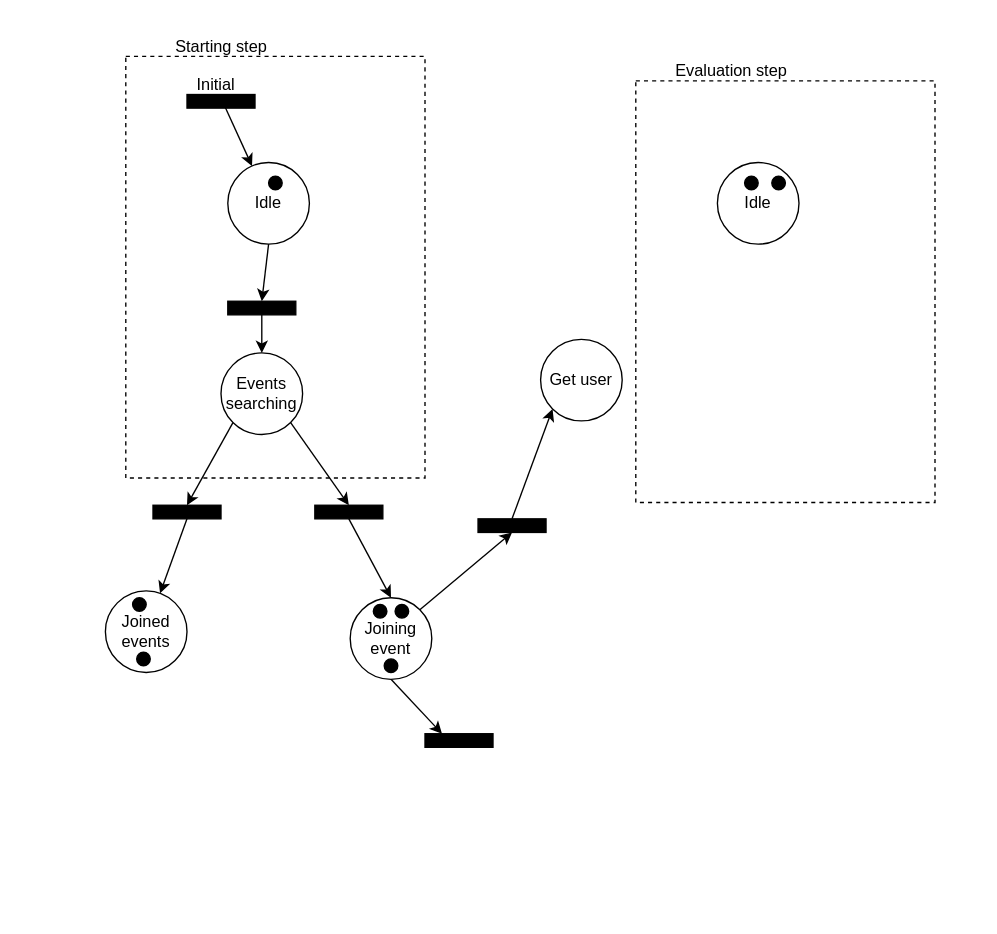
Above: project/UMLpetriNets.drawio in josura/HCI (draw.io), before the change. Source tidied: cells renumbered, new cells numbered last; positions are measured from the earlier drawing's top-left corner, leaving out a move shared by most shapes. Both pictures are drawn from the tidied source at 136%, with x=0, y=0 at pixel (105, 26).
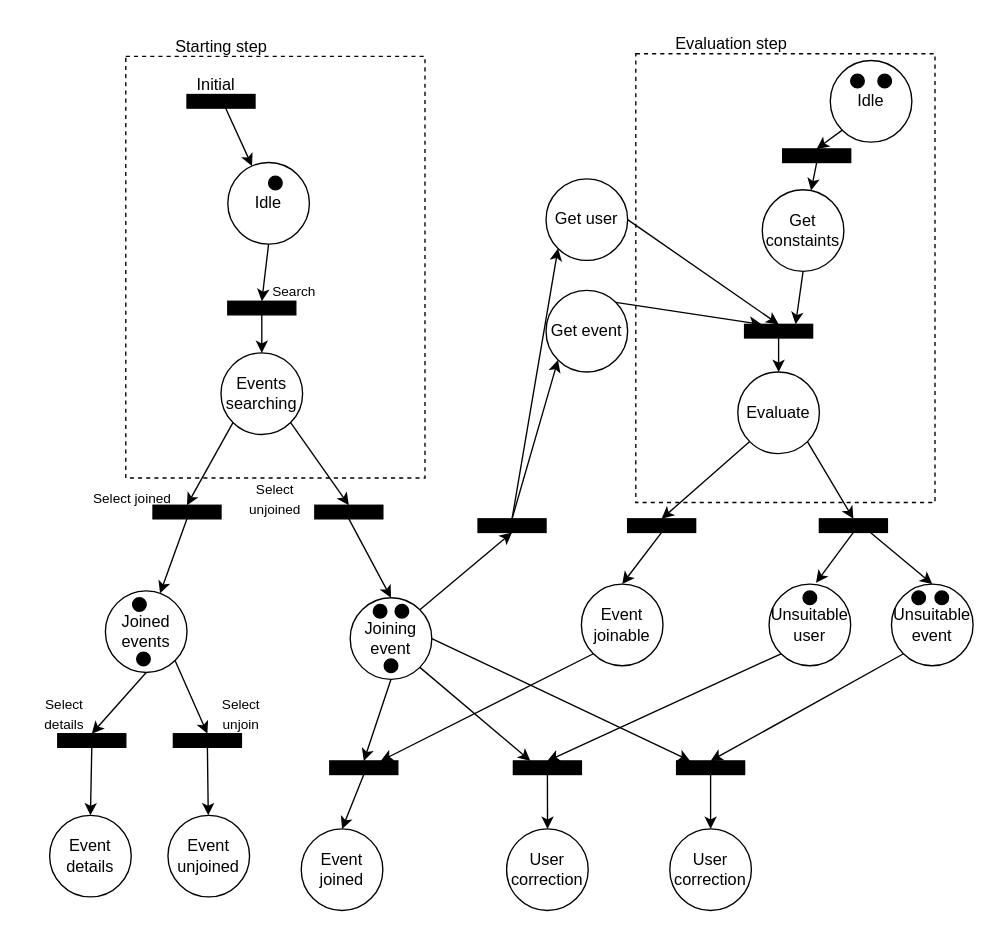
After the change.

The change refers to these unchanged cells:
```xml
<mxCell id="22" value="Joining event" style="ellipse;whiteSpace=wrap;html=1;" parent="1" vertex="1">
  <mxGeometry x="180" y="420" width="60" height="60" as="geometry" />
</mxCell>
<mxCell id="27" value="Joined events" style="ellipse;whiteSpace=wrap;html=1;" parent="1" vertex="1">
  <mxGeometry y="415" width="60" height="60" as="geometry" />
</mxCell>
<mxCell id="31" style="rounded=0;whiteSpace=wrap;html=1;fillColor=#000000;" parent="1" vertex="1">
  <mxGeometry x="274" y="362" width="50" height="10" as="geometry" />
</mxCell>
```

What changed in the source:
```diff
@@
     <mxCell id="2" style="rounded=0;whiteSpace=wrap;html=1;fillColor=none;dashed=1;" parent="1" vertex="1">
-      <mxGeometry x="390" y="40" width="220" height="310" as="geometry" />
+      <mxGeometry x="390" y="20" width="220" height="330" as="geometry" />
     </mxCell>
@@
+    <mxCell id="37" style="edgeStyle=none;rounded=0;jettySize=auto;html=1;exitX=0;exitY=1;exitDx=0;exitDy=0;entryX=0.5;entryY=0;entryDx=0;entryDy=0;" parent="1" edge="1" source="5" target="60">
+      <mxGeometry relative="1" as="geometry" />
+    </mxCell>
     <mxCell id="5" value="Idle" style="ellipse;whiteSpace=wrap;html=1;" parent="1" vertex="1">
-      <mxGeometry x="450" y="100" width="60" height="60" as="geometry" />
+      <mxGeometry x="533" y="25" width="60" height="60" as="geometry" />
     </mxCell>
@@
     <mxCell id="8" style="ellipse;whiteSpace=wrap;html=1;fillColor=#000000;" parent="1" vertex="1">
-      <mxGeometry x="470" y="110" width="10" height="10" as="geometry" />
+      <mxGeometry x="548" y="35" width="10" height="10" as="geometry" />
     </mxCell>
@@
-    <mxCell id="21" style="edgeStyle=none;rounded=0;jettySize=auto;html=1;exitX=0.5;exitY=1;exitDx=0;exitDy=0;entryX=0.25;entryY=0;entryDx=0;entryDy=0;" parent="1" edge="1" source="22" target="36">
+    <mxCell id="21" style="edgeStyle=none;rounded=0;jettySize=auto;html=1;exitX=1;exitY=1;exitDx=0;exitDy=0;entryX=0.25;entryY=0;entryDx=0;entryDy=0;" parent="1" edge="1" source="22" target="36">
       <mxGeometry relative="1" as="geometry" />
     </mxCell>
+    <mxCell id="38" style="edgeStyle=none;rounded=0;jettySize=auto;html=1;exitX=0.5;exitY=1;exitDx=0;exitDy=0;entryX=0.5;entryY=0;entryDx=0;entryDy=0;" parent="1" edge="1" source="22" target="72">
+      <mxGeometry relative="1" as="geometry" />
+    </mxCell>
+    <mxCell id="39" style="edgeStyle=none;rounded=0;jettySize=auto;html=1;exitX=1;exitY=0.5;exitDx=0;exitDy=0;" parent="1" edge="1" source="22">
+      <mxGeometry relative="1" as="geometry">
+        <mxPoint x="430" y="540" as="targetPoint" />
+      </mxGeometry>
+    </mxCell>
@@
     <mxCell id="23" style="ellipse;whiteSpace=wrap;html=1;fillColor=#000000;" parent="1" vertex="1">
-      <mxGeometry x="490" y="110" width="10" height="10" as="geometry" />
+      <mxGeometry x="568" y="35" width="10" height="10" as="geometry" />
     </mxCell>
@@
+    <mxCell id="40" style="edgeStyle=none;rounded=0;jettySize=auto;html=1;exitX=0.5;exitY=1;exitDx=0;exitDy=0;entryX=0.5;entryY=0;entryDx=0;entryDy=0;" parent="1" edge="1" source="27" target="81">
+      <mxGeometry relative="1" as="geometry" />
+    </mxCell>
+    <mxCell id="41" style="edgeStyle=none;rounded=0;jettySize=auto;html=1;exitX=1;exitY=1;exitDx=0;exitDy=0;entryX=0.5;entryY=0;entryDx=0;entryDy=0;" parent="1" edge="1" source="27" target="84">
+      <mxGeometry relative="1" as="geometry" />
+    </mxCell>
@@
+    <mxCell id="42" style="edgeStyle=none;rounded=0;jettySize=auto;html=1;exitX=0.5;exitY=0;exitDx=0;exitDy=0;entryX=0;entryY=1;entryDx=0;entryDy=0;" parent="1" edge="1" source="31" target="46">
+      <mxGeometry relative="1" as="geometry" />
+    </mxCell>
@@
+    <mxCell id="43" style="edgeStyle=none;rounded=0;jettySize=auto;html=1;exitX=1;exitY=0.5;exitDx=0;exitDy=0;entryX=0.5;entryY=0;entryDx=0;entryDy=0;" parent="1" edge="1" source="32" target="48">
+      <mxGeometry relative="1" as="geometry" />
+    </mxCell>
     <mxCell id="32" value="Get user" style="ellipse;whiteSpace=wrap;html=1;" parent="1" vertex="1">
-      <mxGeometry x="320" y="230" width="60" height="60" as="geometry" />
+      <mxGeometry x="324" y="112" width="60" height="60" as="geometry" />
     </mxCell>
     <mxCell id="33" value="Evaluation step" style="text;html=1;align=center;verticalAlign=middle;strokeColor=none;fillColor=none;" parent="1" vertex="1">
-      <mxGeometry x="405" y="18" width="110" height="30" as="geometry" />
+      <mxGeometry x="405" y="-2" width="110" height="30" as="geometry" />
     </mxCell>
@@
+    <mxCell id="44" style="edgeStyle=none;rounded=0;jettySize=auto;html=1;exitX=0.5;exitY=1;exitDx=0;exitDy=0;" parent="1" edge="1" source="36">
+      <mxGeometry relative="1" as="geometry">
+        <mxPoint x="325.1" y="590" as="targetPoint" />
+      </mxGeometry>
+    </mxCell>
     <mxCell id="36" style="rounded=0;whiteSpace=wrap;html=1;fillColor=#000000;" parent="1" vertex="1">
-      <mxGeometry x="235" y="520" width="50" height="10" as="geometry" />
+      <mxGeometry x="300" y="540" width="50" height="10" as="geometry" />
     </mxCell>
+    <mxCell id="45" style="edgeStyle=none;rounded=0;jettySize=auto;html=1;exitX=1;exitY=0;exitDx=0;exitDy=0;entryX=0.25;entryY=0;entryDx=0;entryDy=0;" parent="1" edge="1" source="46" target="48">
+      <mxGeometry relative="1" as="geometry" />
+    </mxCell>
+    <mxCell id="46" value="Get event" style="ellipse;whiteSpace=wrap;html=1;" parent="1" vertex="1">
+      <mxGeometry x="324" y="194" width="60" height="60" as="geometry" />
+    </mxCell>
+    <mxCell id="47" style="edgeStyle=none;rounded=0;jettySize=auto;html=1;exitX=0.5;exitY=1;exitDx=0;exitDy=0;" parent="1" edge="1" source="48" target="51">
+      <mxGeometry relative="1" as="geometry" />
+    </mxCell>
+    <mxCell id="48" style="rounded=0;whiteSpace=wrap;html=1;fillColor=#000000;" parent="1" vertex="1">
+      <mxGeometry x="470" y="219" width="50" height="10" as="geometry" />
+    </mxCell>
+    <mxCell id="49" style="edgeStyle=none;rounded=0;jettySize=auto;html=1;exitX=0;exitY=1;exitDx=0;exitDy=0;entryX=0.5;entryY=0;entryDx=0;entryDy=0;" parent="1" edge="1" source="51" target="53">
+      <mxGeometry relative="1" as="geometry" />
+    </mxCell>
+    <mxCell id="50" style="edgeStyle=none;rounded=0;jettySize=auto;html=1;exitX=1;exitY=1;exitDx=0;exitDy=0;entryX=0.5;entryY=0;entryDx=0;entryDy=0;" parent="1" edge="1" source="51" target="56">
+      <mxGeometry relative="1" as="geometry" />
+    </mxCell>
+    <mxCell id="51" value="Evaluate" style="ellipse;whiteSpace=wrap;html=1;" parent="1" vertex="1">
+      <mxGeometry x="465" y="254" width="60" height="60" as="geometry" />
+    </mxCell>
+    <mxCell id="52" style="edgeStyle=none;rounded=0;jettySize=auto;html=1;exitX=0.5;exitY=1;exitDx=0;exitDy=0;entryX=0.5;entryY=0;entryDx=0;entryDy=0;" parent="1" edge="1" source="53" target="62">
+      <mxGeometry relative="1" as="geometry" />
+    </mxCell>
+    <mxCell id="53" style="rounded=0;whiteSpace=wrap;html=1;fillColor=#000000;" parent="1" vertex="1">
+      <mxGeometry x="384" y="362" width="50" height="10" as="geometry" />
+    </mxCell>
+    <mxCell id="54" style="edgeStyle=none;rounded=0;jettySize=auto;html=1;exitX=0.5;exitY=1;exitDx=0;exitDy=0;entryX=0.575;entryY=-0.016;entryDx=0;entryDy=0;entryPerimeter=0;" parent="1" edge="1" source="56" target="64">
+      <mxGeometry relative="1" as="geometry" />
+    </mxCell>
+    <mxCell id="55" style="edgeStyle=none;rounded=0;jettySize=auto;html=1;exitX=0.75;exitY=1;exitDx=0;exitDy=0;entryX=0.5;entryY=0;entryDx=0;entryDy=0;" parent="1" edge="1" source="56" target="66">
+      <mxGeometry relative="1" as="geometry" />
+    </mxCell>
+    <mxCell id="56" style="rounded=0;whiteSpace=wrap;html=1;fillColor=#000000;" parent="1" vertex="1">
+      <mxGeometry x="525" y="362" width="50" height="10" as="geometry" />
+    </mxCell>
+    <mxCell id="57" style="edgeStyle=none;rounded=0;jettySize=auto;html=1;exitX=0.5;exitY=1;exitDx=0;exitDy=0;entryX=0.75;entryY=0;entryDx=0;entryDy=0;" parent="1" edge="1" source="58" target="48">
+      <mxGeometry relative="1" as="geometry" />
+    </mxCell>
+    <mxCell id="58" value="Get constaints" style="ellipse;whiteSpace=wrap;html=1;" parent="1" vertex="1">
+      <mxGeometry x="483" y="120" width="60" height="60" as="geometry" />
+    </mxCell>
+    <mxCell id="59" style="edgeStyle=none;rounded=0;jettySize=auto;html=1;exitX=0.5;exitY=1;exitDx=0;exitDy=0;" parent="1" edge="1" source="60" target="58">
+      <mxGeometry relative="1" as="geometry" />
+    </mxCell>
+    <mxCell id="60" style="rounded=0;whiteSpace=wrap;html=1;fillColor=#000000;" parent="1" vertex="1">
+      <mxGeometry x="498" y="90" width="50" height="10" as="geometry" />
+    </mxCell>
+    <mxCell id="61" style="edgeStyle=none;rounded=0;jettySize=auto;html=1;exitX=0;exitY=1;exitDx=0;exitDy=0;entryX=0.75;entryY=0;entryDx=0;entryDy=0;" parent="1" edge="1" source="62" target="72">
+      <mxGeometry relative="1" as="geometry" />
+    </mxCell>
+    <mxCell id="62" value="Event joinable" style="ellipse;whiteSpace=wrap;html=1;" parent="1" vertex="1">
+      <mxGeometry x="350" y="410" width="60" height="60" as="geometry" />
+    </mxCell>
+    <mxCell id="63" style="edgeStyle=none;rounded=0;jettySize=auto;html=1;exitX=0;exitY=1;exitDx=0;exitDy=0;entryX=0.5;entryY=0;entryDx=0;entryDy=0;" parent="1" edge="1" source="64" target="36">
+      <mxGeometry relative="1" as="geometry" />
+    </mxCell>
+    <mxCell id="64" value="Unsuitable user" style="ellipse;whiteSpace=wrap;html=1;" parent="1" vertex="1">
+      <mxGeometry x="488" y="410" width="60" height="60" as="geometry" />
+    </mxCell>
+    <mxCell id="65" style="edgeStyle=none;rounded=0;jettySize=auto;html=1;exitX=0;exitY=1;exitDx=0;exitDy=0;entryX=0.5;entryY=0;entryDx=0;entryDy=0;" parent="1" edge="1" source="66" target="75">
+      <mxGeometry relative="1" as="geometry" />
+    </mxCell>
+    <mxCell id="66" value="Unsuitable event" style="ellipse;whiteSpace=wrap;html=1;" parent="1" vertex="1">
+      <mxGeometry x="578" y="410" width="60" height="60" as="geometry" />
+    </mxCell>
+    <mxCell id="67" style="ellipse;whiteSpace=wrap;html=1;fillColor=#000000;" parent="1" vertex="1">
+      <mxGeometry x="513" y="415" width="10" height="10" as="geometry" />
+    </mxCell>
+    <mxCell id="68" style="ellipse;whiteSpace=wrap;html=1;fillColor=#000000;" parent="1" vertex="1">
+      <mxGeometry x="593" y="415" width="10" height="10" as="geometry" />
+    </mxCell>
+    <mxCell id="69" style="ellipse;whiteSpace=wrap;html=1;fillColor=#000000;" parent="1" vertex="1">
+      <mxGeometry x="610" y="415" width="10" height="10" as="geometry" />
+    </mxCell>
+    <mxCell id="70" value="User correction" style="ellipse;whiteSpace=wrap;html=1;" parent="1" vertex="1">
+      <mxGeometry x="295" y="590" width="60" height="60" as="geometry" />
+    </mxCell>
+    <mxCell id="71" style="edgeStyle=none;rounded=0;jettySize=auto;html=1;exitX=0.5;exitY=1;exitDx=0;exitDy=0;entryX=0.5;entryY=0;entryDx=0;entryDy=0;" parent="1" edge="1" source="72" target="73">
+      <mxGeometry relative="1" as="geometry" />
+    </mxCell>
+    <mxCell id="72" style="rounded=0;whiteSpace=wrap;html=1;fillColor=#000000;" parent="1" vertex="1">
+      <mxGeometry x="165" y="540" width="50" height="10" as="geometry" />
+    </mxCell>
+    <mxCell id="73" value="Event joined" style="ellipse;whiteSpace=wrap;html=1;" parent="1" vertex="1">
+      <mxGeometry x="144" y="590" width="60" height="60" as="geometry" />
+    </mxCell>
+    <mxCell id="74" style="edgeStyle=none;rounded=0;jettySize=auto;html=1;exitX=0.5;exitY=1;exitDx=0;exitDy=0;entryX=0.5;entryY=0;entryDx=0;entryDy=0;" parent="1" edge="1" source="75" target="76">
+      <mxGeometry relative="1" as="geometry" />
+    </mxCell>
+    <mxCell id="75" style="rounded=0;whiteSpace=wrap;html=1;fillColor=#000000;" parent="1" vertex="1">
+      <mxGeometry x="420" y="540" width="50" height="10" as="geometry" />
+    </mxCell>
+    <mxCell id="76" value="User correction" style="ellipse;whiteSpace=wrap;html=1;" parent="1" vertex="1">
+      <mxGeometry x="415" y="590" width="60" height="60" as="geometry" />
+    </mxCell>
+    <mxCell id="77" value="&lt;font size=&quot;1&quot;&gt;Search&lt;/font&gt;" style="text;html=1;strokeColor=none;fillColor=none;align=center;verticalAlign=middle;whiteSpace=wrap;rounded=0;" parent="1" vertex="1">
+      <mxGeometry x="109" y="180" width="60" height="30" as="geometry" />
+    </mxCell>
+    <mxCell id="78" value="&lt;font size=&quot;1&quot;&gt;Select joined&lt;/font&gt;" style="text;html=1;strokeColor=none;fillColor=none;align=center;verticalAlign=middle;whiteSpace=wrap;rounded=0;" parent="1" vertex="1">
+      <mxGeometry x="-10" y="332" width="60" height="30" as="geometry" />
+    </mxCell>
+    <mxCell id="79" value="&lt;font size=&quot;1&quot;&gt;Select unjoined&lt;/font&gt;" style="text;html=1;strokeColor=none;fillColor=none;align=center;verticalAlign=middle;whiteSpace=wrap;rounded=0;" parent="1" vertex="1">
+      <mxGeometry x="95" y="332" width="60" height="30" as="geometry" />
+    </mxCell>
+    <mxCell id="80" style="edgeStyle=none;rounded=0;jettySize=auto;html=1;exitX=0.5;exitY=1;exitDx=0;exitDy=0;entryX=0.5;entryY=0;entryDx=0;entryDy=0;" parent="1" edge="1" source="81" target="82">
+      <mxGeometry relative="1" as="geometry" />
+    </mxCell>
+    <mxCell id="81" style="rounded=0;whiteSpace=wrap;html=1;fillColor=#000000;" parent="1" vertex="1">
+      <mxGeometry x="-35" y="520" width="50" height="10" as="geometry" />
+    </mxCell>
+    <mxCell id="82" value="Event details" style="ellipse;whiteSpace=wrap;html=1;" parent="1" vertex="1">
+      <mxGeometry x="-41" y="580" width="60" height="60" as="geometry" />
+    </mxCell>
+    <mxCell id="83" style="edgeStyle=none;rounded=0;jettySize=auto;html=1;exitX=0.5;exitY=1;exitDx=0;exitDy=0;" parent="1" edge="1" source="84" target="85">
+      <mxGeometry relative="1" as="geometry" />
+    </mxCell>
+    <mxCell id="84" style="rounded=0;whiteSpace=wrap;html=1;fillColor=#000000;" parent="1" vertex="1">
+      <mxGeometry x="50" y="520" width="50" height="10" as="geometry" />
+    </mxCell>
+    <mxCell id="85" value="Event unjoined" style="ellipse;whiteSpace=wrap;html=1;" parent="1" vertex="1">
+      <mxGeometry x="46" y="580" width="60" height="60" as="geometry" />
+    </mxCell>
+    <mxCell id="86" value="&lt;font size=&quot;1&quot;&gt;Select &lt;br&gt;details&lt;br&gt;&lt;/font&gt;" style="text;html=1;strokeColor=none;fillColor=none;align=center;verticalAlign=middle;whiteSpace=wrap;rounded=0;" parent="1" vertex="1">
+      <mxGeometry x="-60" y="490" width="60" height="30" as="geometry" />
+    </mxCell>
+    <mxCell id="87" value="&lt;font size=&quot;1&quot;&gt;Select &lt;br&gt;unjoin&lt;br&gt;&lt;/font&gt;" style="text;html=1;strokeColor=none;fillColor=none;align=center;verticalAlign=middle;whiteSpace=wrap;rounded=0;" parent="1" vertex="1">
+      <mxGeometry x="70" y="490" width="60" height="30" as="geometry" />
+    </mxCell>
```
